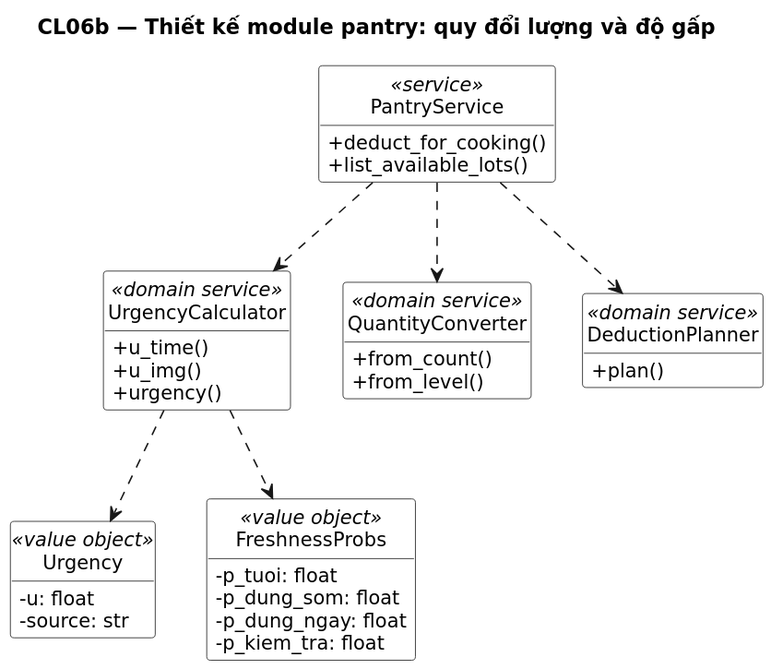
Earlier version of the PlantUML export docs/uml/out/class/CL06b-thiet-ke-pantry-tinh-toan.svg (NamBuw/Tastoria).
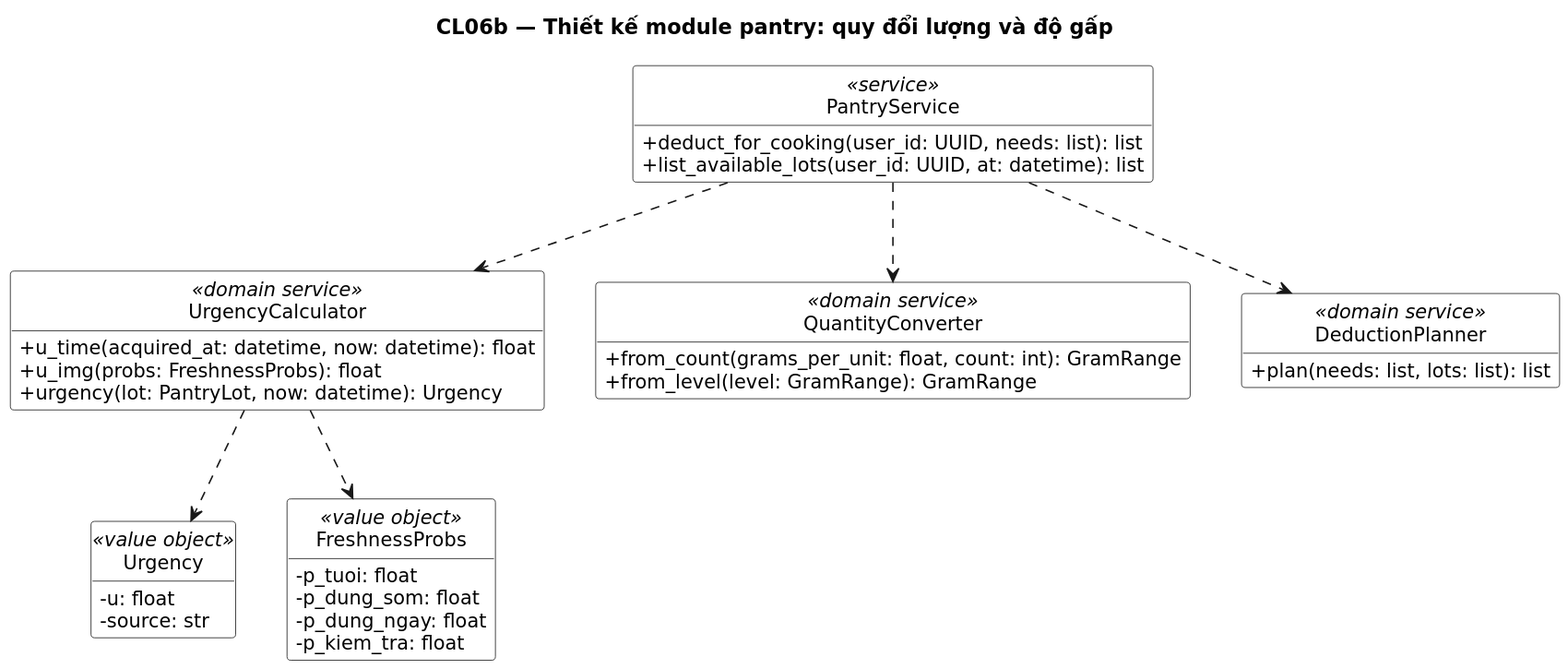
Later version of the same file.

The edit, as a diff of the source:
```diff
@@ -11,20 +11,20 @@
 skinparam ClassBackgroundColor White
 
 class "PantryService" as S <<service>> {
-  +deduct_for_cooking()
-  +list_available_lots()
+  +deduct_for_cooking(user_id: UUID, needs: list): list
+  +list_available_lots(user_id: UUID, at: datetime): list
 }
 class "UrgencyCalculator" as UC <<domain service>> {
-  +u_time()
-  +u_img()
-  +urgency()
+  +u_time(acquired_at: datetime, now: datetime): float
+  +u_img(probs: FreshnessProbs): float
+  +urgency(lot: PantryLot, now: datetime): Urgency
 }
 class "QuantityConverter" as QC <<domain service>> {
-  +from_count()
-  +from_level()
+  +from_count(grams_per_unit: float, count: int): GramRange
+  +from_level(level: GramRange): GramRange
 }
 class "DeductionPlanner" as DP <<domain service>> {
-  +plan()
+  +plan(needs: list, lots: list): list
 }
 class "Urgency" as UR <<value object>> {
   -u: float
```
